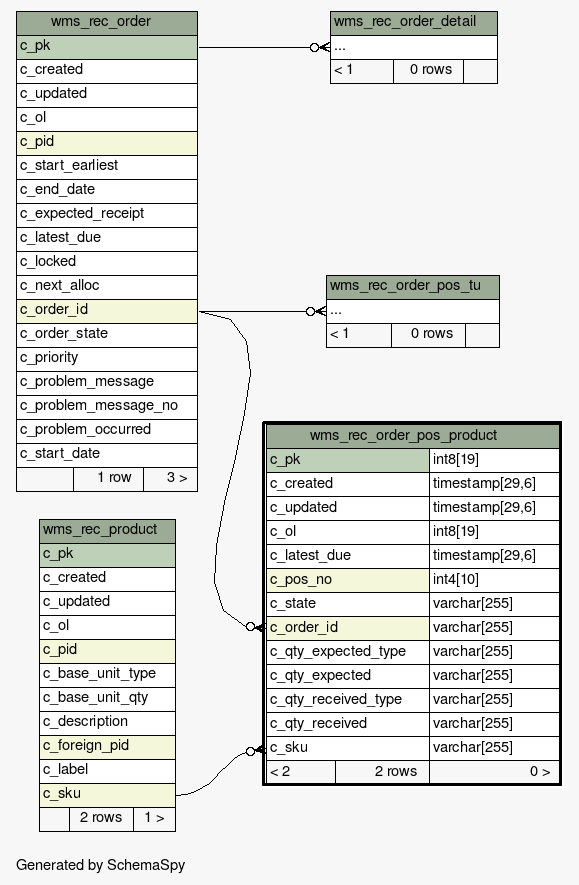
This is 1.0.0-SNAPSHOT/schemaspy/diagrams/wms_rec_order_pos_product.2degrees.png from openwms/org.openwms.wms.receiving.lib, a Graphviz export, as it was before one commit. Its source is kept beside it as 1.0.0-SNAPSHOT/schemaspy/diagrams/wms_rec_order_pos_product.2degrees.dot. Source of this version:
```dot
digraph "twoDegreesRelationshipsDiagram" {
  graph [
    rankdir="RL"
    bgcolor="#f7f7f7"
    label="\nGenerated by SchemaSpy"
    labeljust="l"
    nodesep="0.18"
    ranksep="0.46"
    fontname="Helvetica"
    fontsize="11"
  ];
  node [
    fontname="Helvetica"
    fontsize="11"
    shape="plaintext"
  ];
  edge [
    arrowsize="0.8"
  ];
  "wms_rec_order_detail":"elipses":w -> "wms_rec_order":"c_pk":e [arrowhead=none dir=back arrowtail=crowodot];
  "wms_rec_order_pos_product":"c_order_id":w -> "wms_rec_order":"c_order_id":e [arrowhead=none dir=back arrowtail=crowodot];
  "wms_rec_order_pos_product":"c_sku":w -> "wms_rec_product":"c_sku":e [arrowhead=none dir=back arrowtail=crowodot];
  "wms_rec_order_pos_tu":"elipses":w -> "wms_rec_order":"c_order_id":e [arrowhead=none dir=back arrowtail=crowodot];
  "wms_rec_order" [
    label=<
    <TABLE BORDER="0" CELLBORDER="1" CELLSPACING="0" BGCOLOR="#ffffff">
      <TR><TD COLSPAN="3" BGCOLOR="#9bab96" ALIGN="CENTER">wms_rec_order</TD></TR>
      <TR><TD PORT="c_pk" COLSPAN="3" BGCOLOR="#bed1b8" ALIGN="LEFT">c_pk</TD></TR>
      <TR><TD PORT="c_created" COLSPAN="3" ALIGN="LEFT">c_created</TD></TR>
      <TR><TD PORT="c_updated" COLSPAN="3" ALIGN="LEFT">c_updated</TD></TR>
      <TR><TD PORT="c_ol" COLSPAN="3" ALIGN="LEFT">c_ol</TD></TR>
      <TR><TD PORT="c_pid" COLSPAN="3" BGCOLOR="#f4f7da" ALIGN="LEFT">c_pid</TD></TR>
      <TR><TD PORT="c_start_earliest" COLSPAN="3" ALIGN="LEFT">c_start_earliest</TD></TR>
      <TR><TD PORT="c_end_date" COLSPAN="3" ALIGN="LEFT">c_end_date</TD></TR>
      <TR><TD PORT="c_expected_receipt" COLSPAN="3" ALIGN="LEFT">c_expected_receipt</TD></TR>
      <TR><TD PORT="c_latest_due" COLSPAN="3" ALIGN="LEFT">c_latest_due</TD></TR>
      <TR><TD PORT="c_locked" COLSPAN="3" ALIGN="LEFT">c_locked</TD></TR>
      <TR><TD PORT="c_next_alloc" COLSPAN="3" ALIGN="LEFT">c_next_alloc</TD></TR>
      <TR><TD PORT="c_order_id" COLSPAN="3" BGCOLOR="#f4f7da" ALIGN="LEFT">c_order_id</TD></TR>
      <TR><TD PORT="c_order_state" COLSPAN="3" ALIGN="LEFT">c_order_state</TD></TR>
      <TR><TD PORT="c_priority" COLSPAN="3" ALIGN="LEFT">c_priority</TD></TR>
      <TR><TD PORT="c_problem_message" COLSPAN="3" ALIGN="LEFT">c_problem_message</TD></TR>
      <TR><TD PORT="c_problem_message_no" COLSPAN="3" ALIGN="LEFT">c_problem_message_no</TD></TR>
      <TR><TD PORT="c_problem_occurred" COLSPAN="3" ALIGN="LEFT">c_problem_occurred</TD></TR>
      <TR><TD PORT="c_start_date" COLSPAN="3" ALIGN="LEFT">c_start_date</TD></TR>
      <TR><TD ALIGN="LEFT" BGCOLOR="#f7f7f7">  </TD><TD ALIGN="RIGHT" BGCOLOR="#f7f7f7">1 row</TD><TD ALIGN="RIGHT" BGCOLOR="#f7f7f7">3 &gt;</TD></TR>
    </TABLE>>
    URL="wms_rec_order.html"
    tooltip="wms_rec_order"
  ];
  "wms_rec_order_detail" [
    label=<
    <TABLE BORDER="0" CELLBORDER="1" CELLSPACING="0" BGCOLOR="#ffffff">
      <TR><TD COLSPAN="3" BGCOLOR="#9bab96" ALIGN="CENTER">wms_rec_order_detail</TD></TR>
      <TR><TD PORT="elipses" COLSPAN="3" ALIGN="LEFT">...</TD></TR>
      <TR><TD ALIGN="LEFT" BGCOLOR="#f7f7f7">&lt; 1</TD><TD ALIGN="RIGHT" BGCOLOR="#f7f7f7">0 rows</TD><TD ALIGN="RIGHT" BGCOLOR="#f7f7f7">  </TD></TR>
    </TABLE>>
    URL="wms_rec_order_detail.html"
    tooltip="wms_rec_order_detail"
  ];
  "wms_rec_order_pos_product" [
    label=<
    <TABLE BORDER="2" CELLBORDER="1" CELLSPACING="0" BGCOLOR="#ffffff">
      <TR><TD COLSPAN="3" BGCOLOR="#9bab96" ALIGN="CENTER">wms_rec_order_pos_product</TD></TR>
      <TR><TD PORT="c_pk" COLSPAN="2" BGCOLOR="#bed1b8" ALIGN="LEFT">c_pk</TD><TD PORT="c_pk.type" ALIGN="LEFT">int8[19]</TD></TR>
      <TR><TD PORT="c_created" COLSPAN="2" ALIGN="LEFT">c_created</TD><TD PORT="c_created.type" ALIGN="LEFT">timestamp[29,6]</TD></TR>
      <TR><TD PORT="c_updated" COLSPAN="2" ALIGN="LEFT">c_updated</TD><TD PORT="c_updated.type" ALIGN="LEFT">timestamp[29,6]</TD></TR>
      <TR><TD PORT="c_ol" COLSPAN="2" ALIGN="LEFT">c_ol</TD><TD PORT="c_ol.type" ALIGN="LEFT">int8[19]</TD></TR>
      <TR><TD PORT="c_latest_due" COLSPAN="2" ALIGN="LEFT">c_latest_due</TD><TD PORT="c_latest_due.type" ALIGN="LEFT">timestamp[29,6]</TD></TR>
      <TR><TD PORT="c_pos_no" COLSPAN="2" BGCOLOR="#f4f7da" ALIGN="LEFT">c_pos_no</TD><TD PORT="c_pos_no.type" ALIGN="LEFT">int4[10]</TD></TR>
      <TR><TD PORT="c_state" COLSPAN="2" ALIGN="LEFT">c_state</TD><TD PORT="c_state.type" ALIGN="LEFT">varchar[255]</TD></TR>
      <TR><TD PORT="c_order_id" COLSPAN="2" BGCOLOR="#f4f7da" ALIGN="LEFT">c_order_id</TD><TD PORT="c_order_id.type" ALIGN="LEFT">varchar[255]</TD></TR>
      <TR><TD PORT="c_qty_expected_type" COLSPAN="2" ALIGN="LEFT">c_qty_expected_type</TD><TD PORT="c_qty_expected_type.type" ALIGN="LEFT">varchar[255]</TD></TR>
      <TR><TD PORT="c_qty_expected" COLSPAN="2" ALIGN="LEFT">c_qty_expected</TD><TD PORT="c_qty_expected.type" ALIGN="LEFT">varchar[255]</TD></TR>
      <TR><TD PORT="c_qty_received_type" COLSPAN="2" ALIGN="LEFT">c_qty_received_type</TD><TD PORT="c_qty_received_type.type" ALIGN="LEFT">varchar[255]</TD></TR>
      <TR><TD PORT="c_qty_received" COLSPAN="2" ALIGN="LEFT">c_qty_received</TD><TD PORT="c_qty_received.type" ALIGN="LEFT">varchar[255]</TD></TR>
      <TR><TD PORT="c_sku" COLSPAN="2" ALIGN="LEFT">c_sku</TD><TD PORT="c_sku.type" ALIGN="LEFT">varchar[255]</TD></TR>
      <TR><TD ALIGN="LEFT" BGCOLOR="#f7f7f7">&lt; 2</TD><TD ALIGN="RIGHT" BGCOLOR="#f7f7f7">2 rows</TD><TD ALIGN="RIGHT" BGCOLOR="#f7f7f7">0 &gt;</TD></TR>
    </TABLE>>
    URL="wms_rec_order_pos_product.html"
    tooltip="wms_rec_order_pos_product"
  ];
  "wms_rec_order_pos_tu" [
    label=<
    <TABLE BORDER="0" CELLBORDER="1" CELLSPACING="0" BGCOLOR="#ffffff">
      <TR><TD COLSPAN="3" BGCOLOR="#9bab96" ALIGN="CENTER">wms_rec_order_pos_tu</TD></TR>
      <TR><TD PORT="elipses" COLSPAN="3" ALIGN="LEFT">...</TD></TR>
      <TR><TD ALIGN="LEFT" BGCOLOR="#f7f7f7">&lt; 1</TD><TD ALIGN="RIGHT" BGCOLOR="#f7f7f7">0 rows</TD><TD ALIGN="RIGHT" BGCOLOR="#f7f7f7">  </TD></TR>
    </TABLE>>
    URL="wms_rec_order_pos_tu.html"
    tooltip="wms_rec_order_pos_tu"
  ];
  "wms_rec_product" [
    label=<
    <TABLE BORDER="0" CELLBORDER="1" CELLSPACING="0" BGCOLOR="#ffffff">
      <TR><TD COLSPAN="3" BGCOLOR="#9bab96" ALIGN="CENTER">wms_rec_product</TD></TR>
      <TR><TD PORT="c_pk" COLSPAN="3" BGCOLOR="#bed1b8" ALIGN="LEFT">c_pk</TD></TR>
      <TR><TD PORT="c_created" COLSPAN="3" ALIGN="LEFT">c_created</TD></TR>
      <TR><TD PORT="c_updated" COLSPAN="3" ALIGN="LEFT">c_updated</TD></TR>
      <TR><TD PORT="c_ol" COLSPAN="3" ALIGN="LEFT">c_ol</TD></TR>
      <TR><TD PORT="c_pid" COLSPAN="3" BGCOLOR="#f4f7da" ALIGN="LEFT">c_pid</TD></TR>
      <TR><TD PORT="c_base_unit_type" COLSPAN="3" ALIGN="LEFT">c_base_unit_type</TD></TR>
      <TR><TD PORT="c_base_unit_qty" COLSPAN="3" ALIGN="LEFT">c_base_unit_qty</TD></TR>
      <TR><TD PORT="c_description" COLSPAN="3" ALIGN="LEFT">c_description</TD></TR>
      <TR><TD PORT="c_foreign_pid" COLSPAN="3" BGCOLOR="#f4f7da" ALIGN="LEFT">c_foreign_pid</TD></TR>
      <TR><TD PORT="c_label" COLSPAN="3" ALIGN="LEFT">c_label</TD></TR>
      <TR><TD PORT="c_sku" COLSPAN="3" BGCOLOR="#f4f7da" ALIGN="LEFT">c_sku</TD></TR>
      <TR><TD ALIGN="LEFT" BGCOLOR="#f7f7f7">  </TD><TD ALIGN="RIGHT" BGCOLOR="#f7f7f7">2 rows</TD><TD ALIGN="RIGHT" BGCOLOR="#f7f7f7">1 &gt;</TD></TR>
    </TABLE>>
    URL="wms_rec_product.html"
    tooltip="wms_rec_product"
  ];
}
```
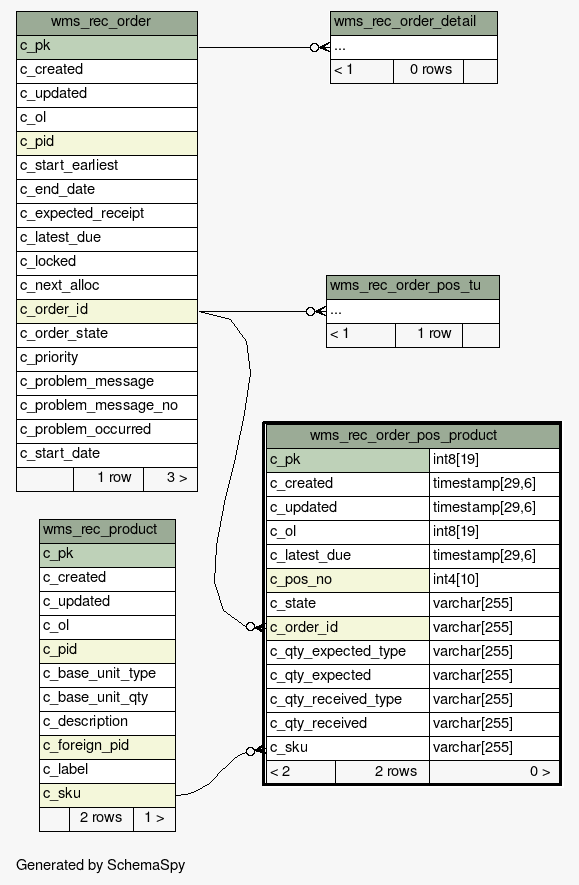
After the change.

The edit, as a diff of the source:
```diff
@@ -85,7 +85,7 @@
     <TABLE BORDER="0" CELLBORDER="1" CELLSPACING="0" BGCOLOR="#ffffff">
       <TR><TD COLSPAN="3" BGCOLOR="#9bab96" ALIGN="CENTER">wms_rec_order_pos_tu</TD></TR>
       <TR><TD PORT="elipses" COLSPAN="3" ALIGN="LEFT">...</TD></TR>
-      <TR><TD ALIGN="LEFT" BGCOLOR="#f7f7f7">&lt; 1</TD><TD ALIGN="RIGHT" BGCOLOR="#f7f7f7">0 rows</TD><TD ALIGN="RIGHT" BGCOLOR="#f7f7f7">  </TD></TR>
+      <TR><TD ALIGN="LEFT" BGCOLOR="#f7f7f7">&lt; 1</TD><TD ALIGN="RIGHT" BGCOLOR="#f7f7f7">1 row</TD><TD ALIGN="RIGHT" BGCOLOR="#f7f7f7">  </TD></TR>
     </TABLE>>
     URL="wms_rec_order_pos_tu.html"
     tooltip="wms_rec_order_pos_tu"
```
